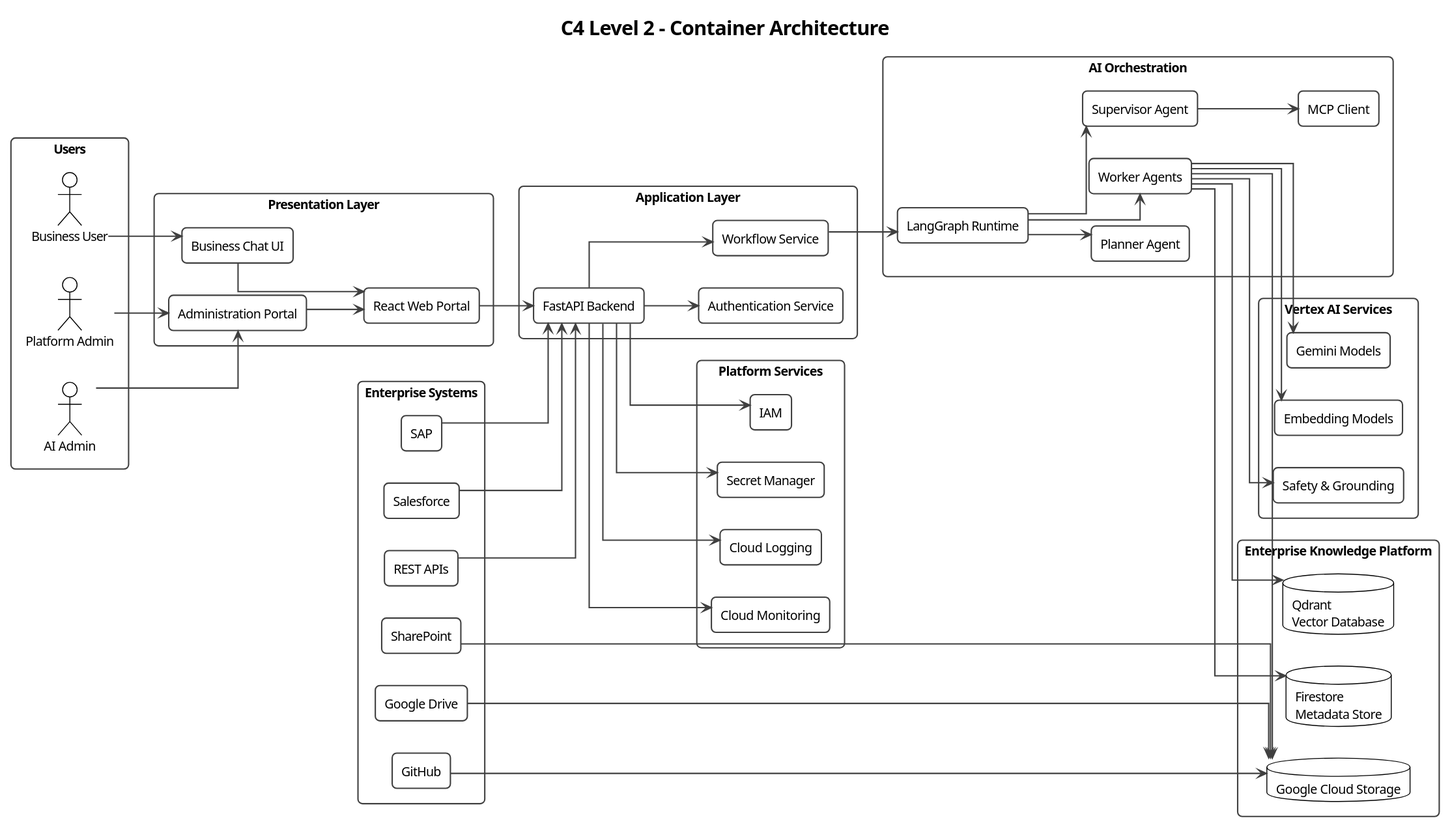
Before: docs/diagrams/c4/02-container-architecture.svg, a diagram exported from PlantUML (pjagdaley/enterprise-ai-orchestration-platform). Its diagram source:
```plantuml
@startuml

!theme plain

title Enterprise AI Orchestration Platform
title C4 Level 2 - Container Architecture

left to right direction

skinparam backgroundColor white
skinparam shadowing false
skinparam linetype ortho
skinparam packageStyle rectangle

skinparam defaultFontName Segoe UI
skinparam defaultFontSize 14

skinparam RectangleBorderColor #404040
skinparam RectangleBorderThickness 1.5
skinparam RectangleRoundCorner 10

skinparam PackageBorderColor #404040
skinparam PackageBorderThickness 2

skinparam ArrowThickness 1.5
skinparam ArrowColor #404040


package "Users" {

actor "Business User" as BusinessUser

actor "Platform Admin" as PlatformAdmin

actor "AI Admin" as AIAdmin

}


package "Presentation Layer" {

rectangle "React Web Portal" as React

rectangle "Business Chat UI" as Chat

rectangle "Administration Portal" as AdminPortal

}


package "Application Layer" {

rectangle "FastAPI Backend" as API

rectangle "Authentication Service" as Auth

rectangle "Workflow Service" as Workflow

}


package "AI Orchestration" {

rectangle "LangGraph Runtime" as LangGraph

rectangle "Planner Agent" as Planner

rectangle "Supervisor Agent" as Supervisor

rectangle "Worker Agents" as Workers

rectangle "MCP Client" as MCP

}


package "Vertex AI Services" {

rectangle "Gemini Models" as Gemini

rectangle "Embedding Models" as Embeddings

rectangle "Safety & Grounding" as Safety

}


package "Enterprise Knowledge Platform" {

database "Qdrant\nVector Database" as Qdrant

database "Firestore\nMetadata Store" as Firestore

database "Google Cloud Storage" as GCS

}


package "Platform Services" {

rectangle "IAM" as IAM

rectangle "Secret Manager" as Secrets

rectangle "Cloud Logging" as Logging

rectangle "Cloud Monitoring" as Monitoring

}


package "Enterprise Systems" {

rectangle "SharePoint" as SharePoint

rectangle "Google Drive" as Drive

rectangle "GitHub" as GitHub

rectangle "SAP" as SAP

rectangle "Salesforce" as Salesforce

rectangle "REST APIs" as APIs

}


BusinessUser --> Chat

PlatformAdmin --> AdminPortal

AIAdmin --> AdminPortal

Chat --> React

AdminPortal --> React

React --> API

API --> Auth

API --> Workflow

Workflow --> LangGraph


LangGraph --> Planner

LangGraph --> Supervisor

LangGraph --> Workers

Supervisor --> MCP

Workers --> Gemini

Workers --> Embeddings

Workers --> Safety

Workers --> Qdrant

Workers --> Firestore

Workers --> GCS


API --> IAM

API --> Secrets

API --> Logging

API --> Monitoring


SharePoint --> GCS

Drive --> GCS

GitHub --> GCS

SAP --> API

Salesforce --> API

APIs --> API
@enduml
```
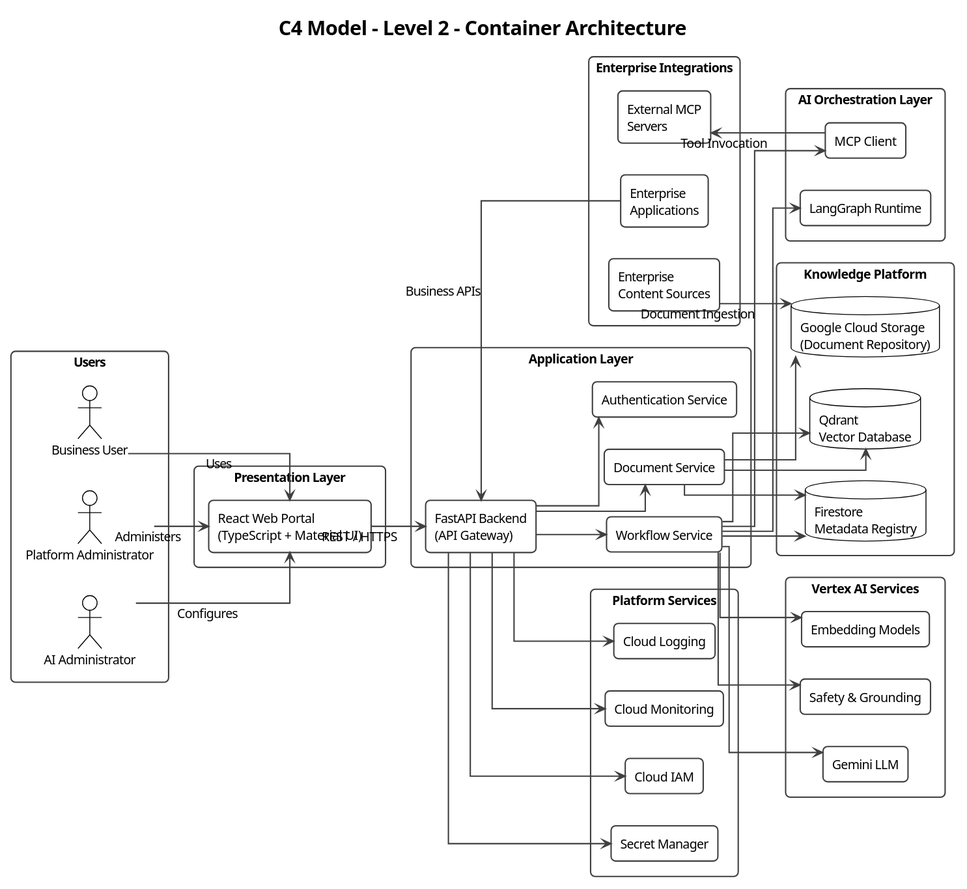
Above is the later version.

The edit, as a diff of the source:
```diff
@@ -3,7 +3,7 @@
 !theme plain
 
 title Enterprise AI Orchestration Platform
-title C4 Level 2 - Container Architecture
+title C4 Model - Level 2 - Container Architecture
 
 left to right direction
 
@@ -29,45 +29,35 @@
 package "Users" {
 
 actor "Business User" as BusinessUser
-
-actor "Platform Admin" as PlatformAdmin
-
-actor "AI Admin" as AIAdmin
+actor "Platform Administrator" as PlatformAdmin
+actor "AI Administrator" as AIAdmin
 
 }
 
 
 package "Presentation Layer" {
 
-rectangle "React Web Portal" as React
-
-rectangle "Business Chat UI" as Chat
-
-rectangle "Administration Portal" as AdminPortal
+rectangle "React Web Portal\n(TypeScript + Material UI)" as React
 
 }
 
 
 package "Application Layer" {
 
-rectangle "FastAPI Backend" as API
+rectangle "FastAPI Backend\n(API Gateway)" as API
 
 rectangle "Authentication Service" as Auth
 
 rectangle "Workflow Service" as Workflow
 
+rectangle "Document Service" as Document
+
 }
 
 
-package "AI Orchestration" {
+package "AI Orchestration Layer" {
 
 rectangle "LangGraph Runtime" as LangGraph
-
-rectangle "Planner Agent" as Planner
-
-rectangle "Supervisor Agent" as Supervisor
-
-rectangle "Worker Agents" as Workers
 
 rectangle "MCP Client" as MCP
 
@@ -76,7 +66,7 @@
 
 package "Vertex AI Services" {
 
-rectangle "Gemini Models" as Gemini
+rectangle "Gemini LLM" as Gemini
 
 rectangle "Embedding Models" as Embeddings
 
@@ -85,20 +75,20 @@
 }
 
 
-package "Enterprise Knowledge Platform" {
+package "Knowledge Platform" {
 
 database "Qdrant\nVector Database" as Qdrant
 
-database "Firestore\nMetadata Store" as Firestore
+database "Firestore\nMetadata Registry" as Firestore
 
-database "Google Cloud Storage" as GCS
+database "Google Cloud Storage\n(Document Repository)" as GCS
 
 }
 
 
 package "Platform Services" {
 
-rectangle "IAM" as IAM
+rectangle "Cloud IAM" as IAM
 
 rectangle "Secret Manager" as Secrets
 
@@ -109,61 +99,51 @@
 }
 
 
-package "Enterprise Systems" {
+package "Enterprise Integrations" {
 
-rectangle "SharePoint" as SharePoint
+rectangle "Enterprise\nContent Sources" as Content
 
-rectangle "Google Drive" as Drive
+rectangle "Enterprise\nApplications" as Enterprise
 
-rectangle "GitHub" as GitHub
-
-rectangle "SAP" as SAP
-
-rectangle "Salesforce" as Salesforce
-
-rectangle "REST APIs" as APIs
+rectangle "External MCP\nServers" as MCPServers
 
 }
 
 
-BusinessUser --> Chat
+BusinessUser --> React : Uses
 
-PlatformAdmin --> AdminPortal
+PlatformAdmin --> React : Administers
 
-AIAdmin --> AdminPortal
+AIAdmin --> React : Configures
 
-Chat --> React
+React --> API : REST / HTTPS
 
-AdminPortal --> React
-
-React --> API
 
 API --> Auth
 
 API --> Workflow
 
+API --> Document
+
 Workflow --> LangGraph
 
+Workflow --> MCP
 
-LangGraph --> Planner
+Workflow --> Gemini
 
-LangGraph --> Supervisor
+Workflow --> Embeddings
 
-LangGraph --> Workers
+Workflow --> Safety
 
-Supervisor --> MCP
+Workflow --> Qdrant
 
-Workers --> Gemini
+Workflow --> Firestore
 
-Workers --> Embeddings
+Document --> GCS
 
-Workers --> Safety
+Document --> Firestore
 
-Workers --> Qdrant
-
-Workers --> Firestore
-
-Workers --> GCS
+Document --> Qdrant
 
 
 API --> IAM
@@ -175,15 +155,9 @@
 API --> Monitoring
 
 
-SharePoint --> GCS
+Content --> GCS : Document Ingestion
 
-Drive --> GCS
+Enterprise --> API : Business APIs
 
-GitHub --> GCS
-
-SAP --> API
-
-Salesforce --> API
-
-APIs --> API
+MCP --> MCPServers : Tool Invocation
 @enduml
```
